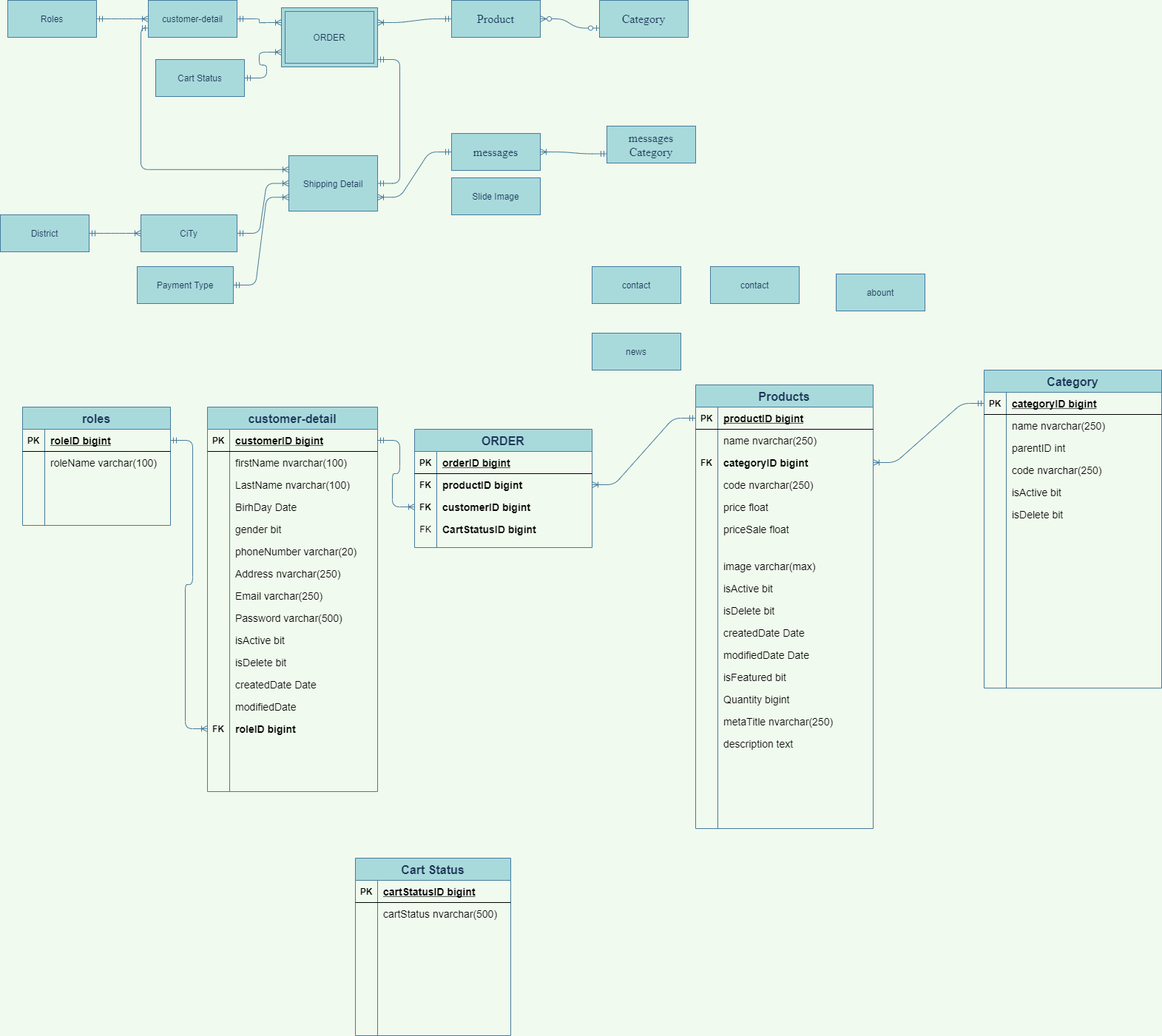
This is Untitled Diagram.png from maialino123/Eproject-SEM3, a draw.io export, as it was before one commit. Source tidied: cells renumbered, new cells last; positions are measured from the earlier drawing's top-left corner, leaving out a move shared by most shapes.
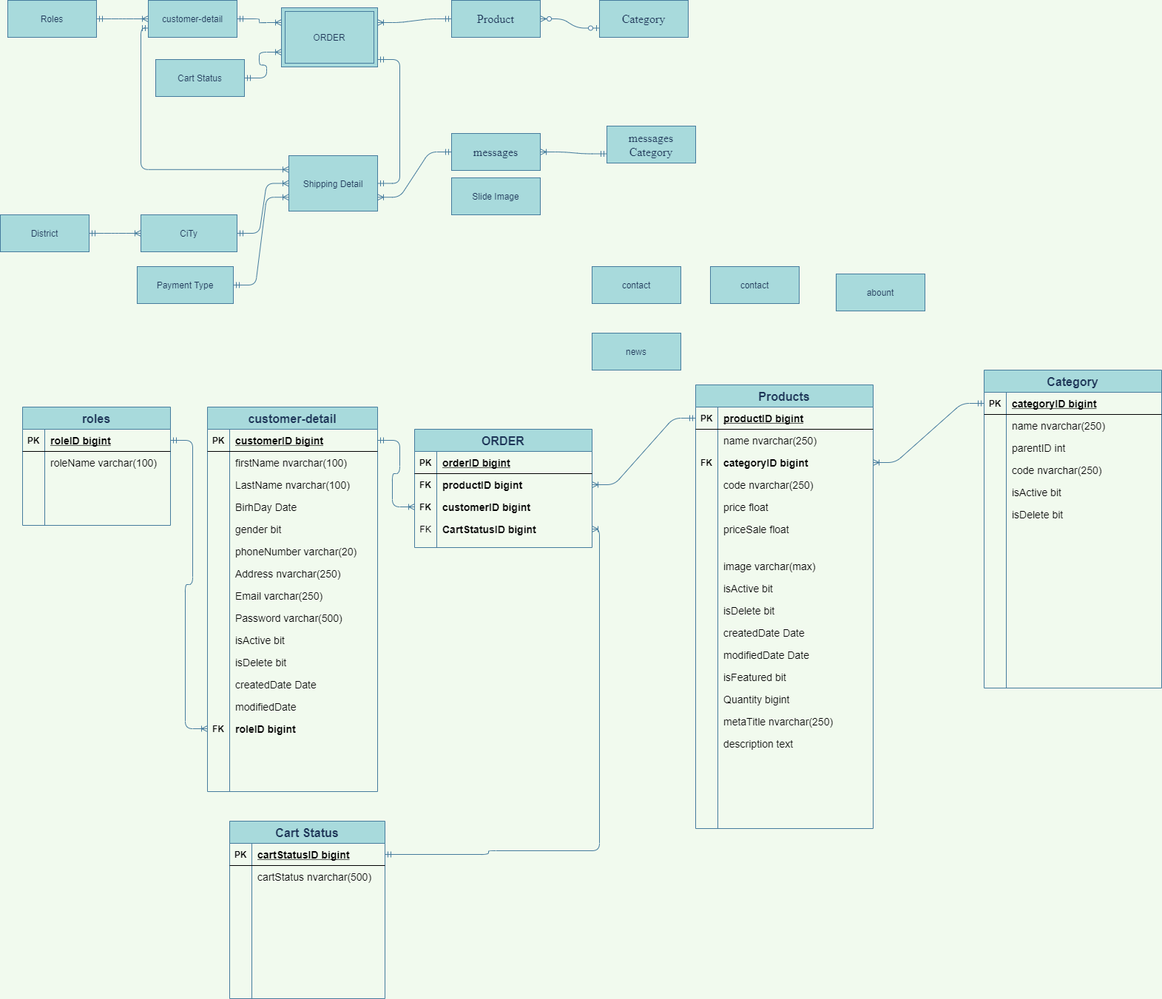
Above is the later version.

What changed in the source:
```diff
@@ -257,7 +257,7 @@
       <mxGeometry x="30" width="200" height="30" as="geometry" />
     </mxCell>
     <mxCell id="86" value="Cart Status" style="shape=table;startSize=30;rowLines=0;fontStyle=1;align=center;rounded=0;sketch=0;fontColor=#1D3557;strokeColor=#457B9D;fillColor=#A8DADC;fontSize=16;" parent="1" vertex="1">
-      <mxGeometry x="480" y="1160" width="210" height="240" as="geometry" />
+      <mxGeometry x="310" y="1110" width="210" height="240" as="geometry" />
     </mxCell>
     <mxCell id="87" style="shape=partialRectangle;fillColor=none;top=0;left=0;bottom=1;right=0;" parent="86" vertex="1">
       <mxGeometry y="30" width="210" height="30" as="geometry" />
@@ -586,5 +586,16 @@
     <mxCell id="195" value="description text" style="shape=partialRectangle;fillColor=none;top=0;left=0;bottom=0;right=0;align=left;spacingLeft=6;overflow=hidden;fontSize=14;" parent="1" vertex="1">
       <mxGeometry x="970" y="990" width="210" height="30" as="geometry" />
     </mxCell>
+    <mxCell id="196" style="edgeStyle=orthogonalEdgeStyle;fontSize=12;html=1;endArrow=ERoneToMany;startArrow=ERmandOne;fontColor=#1D3557;strokeColor=#457B9D;fillColor=#A8DADC;labelBackgroundColor=#F1FAEE;entryX=1;entryY=0.5;entryDx=0;entryDy=0;" parent="1" edge="1" target="119">
+      <mxGeometry relative="1" as="geometry">
+        <mxPoint x="520" y="1155" as="sourcePoint" />
+        <Array as="points">
+          <mxPoint x="660" y="1155" />
+          <mxPoint x="660" y="1150" />
+          <mxPoint x="810" y="1150" />
+          <mxPoint x="810" y="715" />
+        </Array>
+      </mxGeometry>
+    </mxCell>
   </root>
 </mxGraphModel>
```
